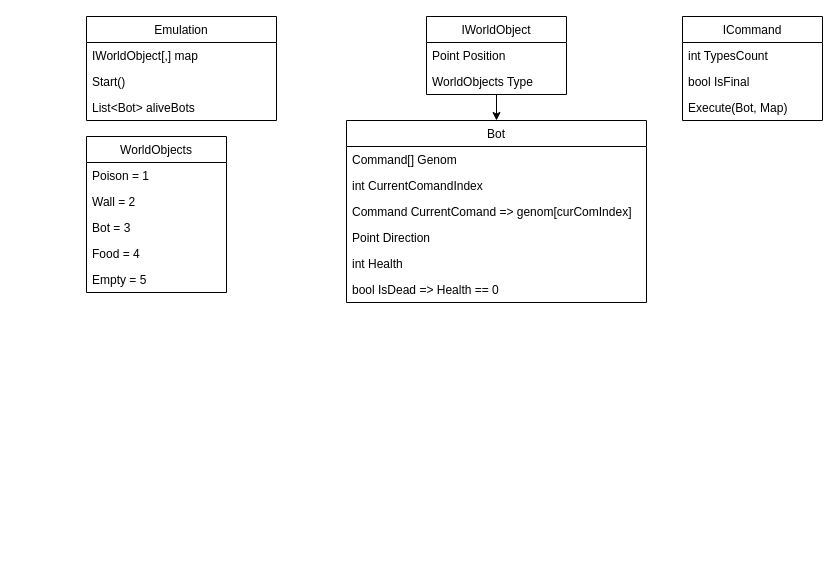
Earlier version of the draw.io diagram Docs/app-schema.drawio (Kamikoto-sama/HelloEvolution). Source tidied: cells renumbered, new cells numbered last; positions are measured from the earlier drawing's top-left corner, leaving out a move shared by most shapes. Both pictures are drawn from the tidied source at 100%, with x=0, y=0 at pixel (86, 16).
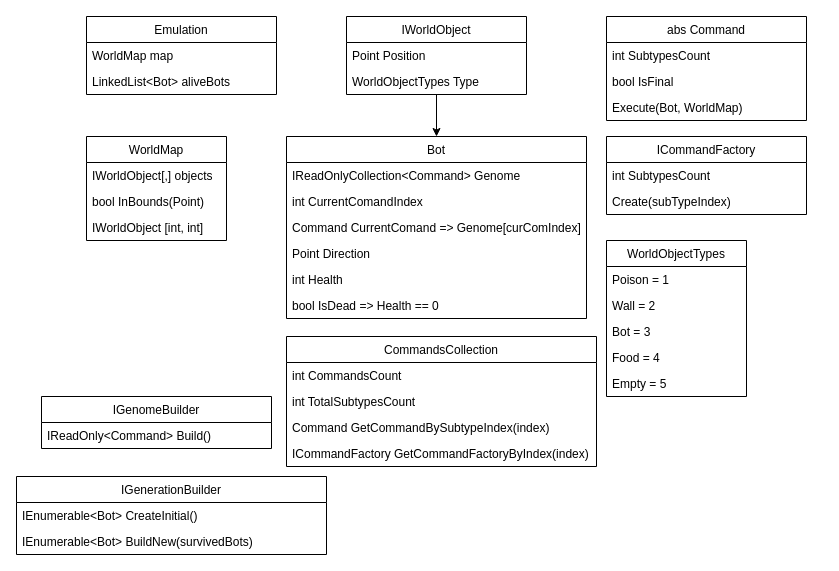
The same diagram, later.

What changed in the source:
```diff
@@
     <mxCell id="2" value="Emulation" style="swimlane;fontStyle=0;horizontal=1;startSize=26;fillColor=none;" parent="1" vertex="1">
-      <mxGeometry width="190" height="104" as="geometry" />
+      <mxGeometry width="190" height="78" as="geometry" />
     </mxCell>
-    <mxCell id="3" value="IWorldObject[,] map" style="text;strokeColor=none;fillColor=none;align=left;verticalAlign=top;spacingLeft=4;spacingRight=4;overflow=hidden;" parent="2" vertex="1">
+    <mxCell id="3" value="WorldMap map" style="text;strokeColor=none;fillColor=none;align=left;verticalAlign=top;spacingLeft=4;spacingRight=4;overflow=hidden;" parent="2" vertex="1">
       <mxGeometry y="26" width="190" height="26" as="geometry" />
     </mxCell>
-    <mxCell id="4" value="Start()" style="text;strokeColor=none;fillColor=none;align=left;verticalAlign=top;spacingLeft=4;spacingRight=4;overflow=hidden;" parent="2" vertex="1">
-      <mxGeometry y="52" width="190" height="26" as="geometry" />
-    </mxCell>
-    <mxCell id="5" value="List&lt;Bot&gt; aliveBots" style="text;strokeColor=none;fillColor=none;align=left;verticalAlign=top;spacingLeft=4;spacingRight=4;overflow=hidden;" parent="2" vertex="1">
-      <mxGeometry y="78" width="190" height="26" as="geometry" />
+    <mxCell id="5" value="LinkedList&lt;Bot&gt; aliveBots" style="text;strokeColor=none;fillColor=none;align=left;verticalAlign=top;spacingLeft=4;spacingRight=4;overflow=hidden;" parent="2" vertex="1">
+      <mxGeometry y="52" width="190" height="26" as="geometry" />
     </mxCell>
@@
+    <mxCell id="27" value="WorldMap" style="swimlane;fontStyle=0;horizontal=1;startSize=26;fillColor=none;" parent="1" vertex="1">
+      <mxGeometry y="120" width="140" height="104" as="geometry" />
+    </mxCell>
+    <mxCell id="28" value="IWorldObject[,] objects" style="text;strokeColor=none;fillColor=none;align=left;verticalAlign=top;spacingLeft=4;spacingRight=4;overflow=hidden;" parent="27" vertex="1">
+      <mxGeometry y="26" width="140" height="26" as="geometry" />
+    </mxCell>
+    <mxCell id="29" value="bool InBounds(Point)" style="text;strokeColor=none;fillColor=none;align=left;verticalAlign=top;spacingLeft=4;spacingRight=4;overflow=hidden;" parent="27" vertex="1">
+      <mxGeometry y="52" width="140" height="26" as="geometry" />
+    </mxCell>
+    <mxCell id="30" value="IWorldObject [int, int]" style="text;strokeColor=none;fillColor=none;align=left;verticalAlign=top;spacingLeft=4;spacingRight=4;overflow=hidden;" parent="27" vertex="1">
+      <mxGeometry y="78" width="140" height="26" as="geometry" />
+    </mxCell>
+    <mxCell id="11" value="IWorldObject" style="swimlane;fontStyle=0;horizontal=1;startSize=26;fillColor=none;" parent="1" vertex="1">
+      <mxGeometry x="260" width="180" height="78" as="geometry" />
+    </mxCell>
+    <mxCell id="12" value="Point Position" style="text;strokeColor=none;fillColor=none;align=left;verticalAlign=top;spacingLeft=4;spacingRight=4;overflow=hidden;" parent="11" vertex="1">
+      <mxGeometry y="26" width="180" height="26" as="geometry" />
+    </mxCell>
+    <mxCell id="13" value="WorldObjectTypes Type" style="text;strokeColor=none;fillColor=none;align=left;verticalAlign=top;spacingLeft=4;spacingRight=4;overflow=hidden;" parent="11" vertex="1">
+      <mxGeometry y="52" width="180" height="26" as="geometry" />
+    </mxCell>
-    <mxCell id="7" value="ICommand" style="swimlane;fontStyle=0;horizontal=1;startSize=26;fillColor=none;" parent="1" vertex="1">
-      <mxGeometry x="596" width="140" height="104" as="geometry" />
+    <mxCell id="7" value="abs Command" style="swimlane;fontStyle=0;horizontal=1;startSize=26;fillColor=none;" parent="1" vertex="1">
+      <mxGeometry x="520" width="200" height="104" as="geometry" />
     </mxCell>
-    <mxCell id="8" value="int TypesCount" style="text;strokeColor=none;fillColor=none;align=left;verticalAlign=top;spacingLeft=4;spacingRight=4;overflow=hidden;" parent="7" vertex="1">
-      <mxGeometry y="26" width="140" height="26" as="geometry" />
+    <mxCell id="8" value="int SubtypesCount" style="text;strokeColor=none;fillColor=none;align=left;verticalAlign=top;spacingLeft=4;spacingRight=4;overflow=hidden;" parent="7" vertex="1">
+      <mxGeometry y="26" width="200" height="26" as="geometry" />
     </mxCell>
     <mxCell id="9" value="bool IsFinal" style="text;strokeColor=none;fillColor=none;align=left;verticalAlign=top;spacingLeft=4;spacingRight=4;overflow=hidden;" parent="7" vertex="1">
-      <mxGeometry y="52" width="140" height="26" as="geometry" />
+      <mxGeometry y="52" width="200" height="26" as="geometry" />
     </mxCell>
-    <mxCell id="10" value="Execute(Bot, Map)" style="text;strokeColor=none;fillColor=none;align=left;verticalAlign=top;spacingLeft=4;spacingRight=4;overflow=hidden;" parent="7" vertex="1">
-      <mxGeometry y="78" width="140" height="26" as="geometry" />
+    <mxCell id="10" value="Execute(Bot, WorldMap)" style="text;strokeColor=none;fillColor=none;align=left;verticalAlign=top;spacingLeft=4;spacingRight=4;overflow=hidden;" parent="7" vertex="1">
+      <mxGeometry y="78" width="200" height="26" as="geometry" />
     </mxCell>
-    <mxCell id="11" value="IWorldObject" style="swimlane;fontStyle=0;horizontal=1;startSize=26;fillColor=none;" parent="1" vertex="1">
-      <mxGeometry x="340" width="140" height="78" as="geometry" />
-    </mxCell>
-    <mxCell id="12" value="Point Position" style="text;strokeColor=none;fillColor=none;align=left;verticalAlign=top;spacingLeft=4;spacingRight=4;overflow=hidden;" parent="11" vertex="1">
-      <mxGeometry y="26" width="140" height="26" as="geometry" />
-    </mxCell>
-    <mxCell id="13" value="WorldObjects Type" style="text;strokeColor=none;fillColor=none;align=left;verticalAlign=top;spacingLeft=4;spacingRight=4;overflow=hidden;" parent="11" vertex="1">
-      <mxGeometry y="52" width="140" height="26" as="geometry" />
-    </mxCell>
     <mxCell id="14" value="Bot" style="swimlane;fontStyle=0;horizontal=1;startSize=26;fillColor=none;" parent="1" vertex="1">
-      <mxGeometry x="260" y="104" width="300" height="182" as="geometry" />
+      <mxGeometry x="200" y="120" width="300" height="182" as="geometry" />
     </mxCell>
-    <mxCell id="15" value="Command[] Genom" style="text;strokeColor=none;fillColor=none;align=left;verticalAlign=top;spacingLeft=4;spacingRight=4;overflow=hidden;" parent="14" vertex="1">
+    <mxCell id="15" value="IReadOnlyCollection&lt;Command&gt; Genome" style="text;strokeColor=none;fillColor=none;align=left;verticalAlign=top;spacingLeft=4;spacingRight=4;overflow=hidden;" parent="14" vertex="1">
       <mxGeometry y="26" width="300" height="26" as="geometry" />
     </mxCell>
@@
-    <mxCell id="17" value="Command CurrentComand =&gt; genom[curComIndex]" style="text;strokeColor=none;fillColor=none;align=left;verticalAlign=top;spacingLeft=4;spacingRight=4;overflow=hidden;" parent="14" vertex="1">
+    <mxCell id="17" value="Command CurrentComand =&gt; Genome[curComIndex]" style="text;strokeColor=none;fillColor=none;align=left;verticalAlign=top;spacingLeft=4;spacingRight=4;overflow=hidden;" parent="14" vertex="1">
       <mxGeometry y="78" width="300" height="26" as="geometry" />
     </mxCell>
@@
+    <mxCell id="31" value="ICommandFactory" style="swimlane;fontStyle=0;horizontal=1;startSize=26;fillColor=none;" parent="1" vertex="1">
+      <mxGeometry x="520" y="120" width="200" height="78" as="geometry" />
+    </mxCell>
+    <mxCell id="32" value="int SubtypesCount" style="text;strokeColor=none;fillColor=none;align=left;verticalAlign=top;spacingLeft=4;spacingRight=4;overflow=hidden;" parent="31" vertex="1">
+      <mxGeometry y="26" width="200" height="26" as="geometry" />
+    </mxCell>
+    <mxCell id="33" value="Create(subTypeIndex)" style="text;strokeColor=none;fillColor=none;align=left;verticalAlign=top;spacingLeft=4;spacingRight=4;overflow=hidden;" parent="31" vertex="1">
+      <mxGeometry y="52" width="200" height="26" as="geometry" />
+    </mxCell>
+    <mxCell id="34" value="CommandsCollection" style="swimlane;fontStyle=0;horizontal=1;startSize=26;fillColor=none;" parent="1" vertex="1">
+      <mxGeometry x="200" y="320" width="310" height="130" as="geometry" />
+    </mxCell>
+    <mxCell id="35" value="int CommandsCount" style="text;strokeColor=none;fillColor=none;align=left;verticalAlign=top;spacingLeft=4;spacingRight=4;overflow=hidden;" parent="34" vertex="1">
+      <mxGeometry y="26" width="310" height="26" as="geometry" />
+    </mxCell>
+    <mxCell id="36" value="int TotalSubtypesCount" style="text;strokeColor=none;fillColor=none;align=left;verticalAlign=top;spacingLeft=4;spacingRight=4;overflow=hidden;" parent="34" vertex="1">
+      <mxGeometry y="52" width="310" height="26" as="geometry" />
+    </mxCell>
+    <mxCell id="37" value="Command GetCommandBySubtypeIndex(index)" style="text;strokeColor=none;fillColor=none;align=left;verticalAlign=top;spacingLeft=4;spacingRight=4;overflow=hidden;" parent="34" vertex="1">
+      <mxGeometry y="78" width="310" height="26" as="geometry" />
+    </mxCell>
+    <mxCell id="38" value="ICommandFactory GetCommandFactoryByIndex(index)" style="text;strokeColor=none;fillColor=none;align=left;verticalAlign=top;spacingLeft=4;spacingRight=4;overflow=hidden;" parent="34" vertex="1">
+      <mxGeometry y="104" width="310" height="26" as="geometry" />
+    </mxCell>
-    <mxCell id="21" value="WorldObjects" style="swimlane;fontStyle=0;horizontal=1;startSize=26;fillColor=none;" parent="1" vertex="1">
-      <mxGeometry y="120" width="140" height="156" as="geometry" />
+    <mxCell id="21" value="WorldObjectTypes" style="swimlane;fontStyle=0;horizontal=1;startSize=26;fillColor=none;" parent="1" vertex="1">
+      <mxGeometry x="520" y="224" width="140" height="156" as="geometry" />
     </mxCell>
@@
+    <mxCell id="39" value="IGenerationBuilder" style="swimlane;fontStyle=0;horizontal=1;startSize=26;fillColor=none;" parent="1" vertex="1">
+      <mxGeometry x="-70" y="460" width="310" height="78" as="geometry" />
+    </mxCell>
+    <mxCell id="40" value="IEnumerable&lt;Bot&gt; CreateInitial()" style="text;strokeColor=none;fillColor=none;align=left;verticalAlign=top;spacingLeft=4;spacingRight=4;overflow=hidden;" parent="39" vertex="1">
+      <mxGeometry y="26" width="310" height="26" as="geometry" />
+    </mxCell>
+    <mxCell id="41" value="IEnumerable&lt;Bot&gt; BuildNew(survivedBots)" style="text;strokeColor=none;fillColor=none;align=left;verticalAlign=top;spacingLeft=4;spacingRight=4;overflow=hidden;" parent="39" vertex="1">
+      <mxGeometry y="52" width="310" height="26" as="geometry" />
+    </mxCell>
+    <mxCell id="42" value="IGenomeBuilder" style="swimlane;fontStyle=0;horizontal=1;startSize=26;fillColor=none;" parent="1" vertex="1">
+      <mxGeometry x="-45" y="380" width="230" height="52" as="geometry" />
+    </mxCell>
+    <mxCell id="43" value="IReadOnly&lt;Command&gt; Build()" style="text;strokeColor=none;fillColor=none;align=left;verticalAlign=top;spacingLeft=4;spacingRight=4;overflow=hidden;" parent="42" vertex="1">
+      <mxGeometry y="26" width="230" height="26" as="geometry" />
+    </mxCell>
```
